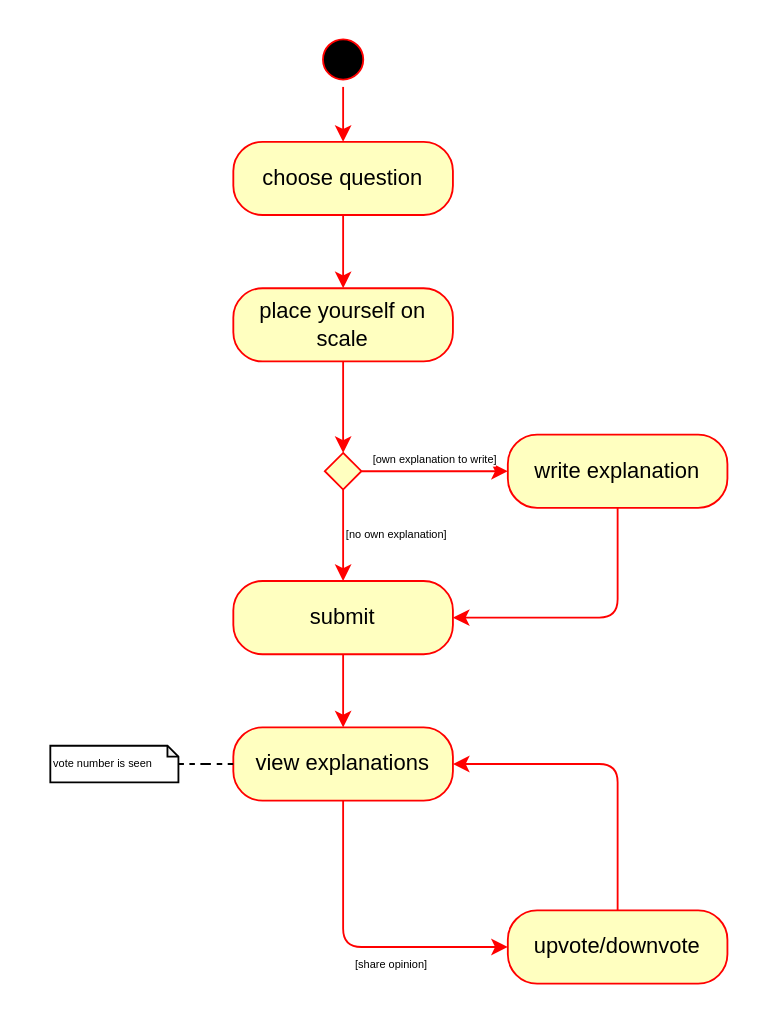
Earlier version of the draw.io diagram page "Basic Upvote/Downvote" (3 of 7) of diagrams/userflow.drawio (GabrielKP/vice-versa). Source tidied: cells renumbered, new cells numbered last; positions are measured from the earlier drawing's top-left corner, leaving out a move shared by most shapes. Both pictures are drawn from the tidied source at 183%, with x=0, y=0 at pixel (49, 31).
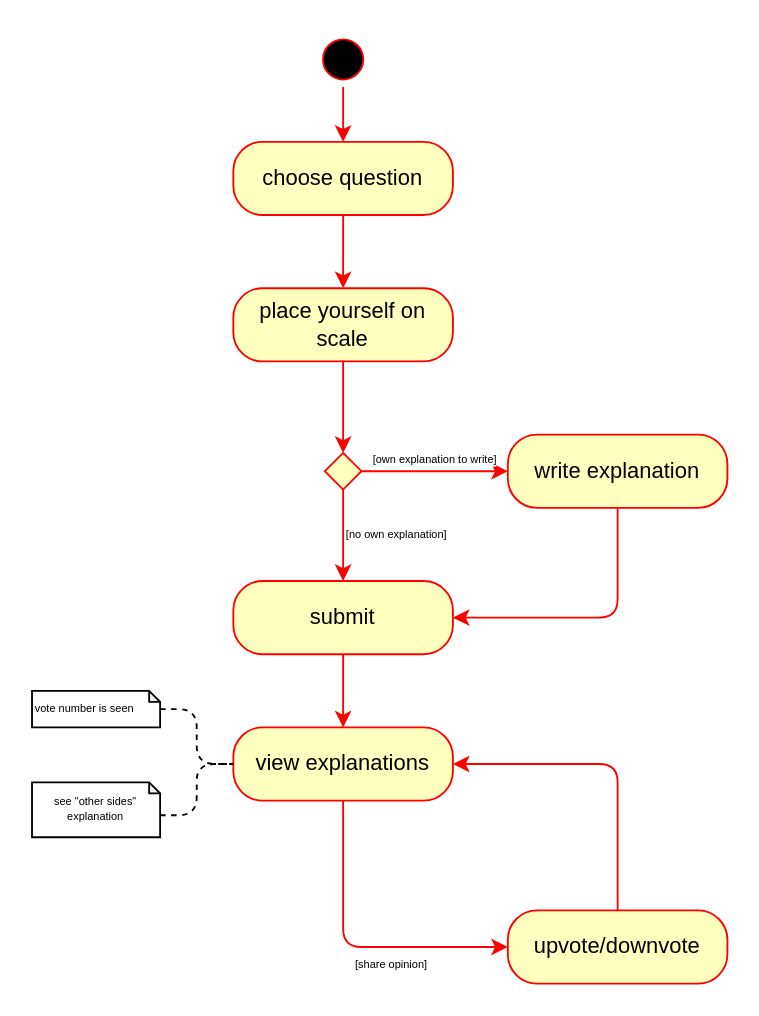
After the change.

Unchanged cells that the change refers to:
```xml
<mxCell id="14" value="view explanations" style="rounded=1;whiteSpace=wrap;html=1;arcSize=40;fontColor=#000000;fillColor=#ffffc0;strokeColor=#ff0000;" parent="1" vertex="1">
  <mxGeometry x="100" y="380" width="120" height="40" as="geometry" />
</mxCell>
```

Change to the diagram source:
```diff
@@
     <mxCell id="20" value="vote number is seen" style="shape=note;whiteSpace=wrap;html=1;backgroundOutline=1;darkOpacity=0.05;fillColor=none;gradientColor=none;fontSize=6;align=left;size=6;" parent="1" vertex="1">
-      <mxGeometry y="390" width="70" height="20" as="geometry" />
+      <mxGeometry x="-10" y="360" width="70" height="20" as="geometry" />
     </mxCell>
+    <mxCell id="21" value="see &quot;other sides&quot; explanation" style="shape=note;whiteSpace=wrap;html=1;backgroundOutline=1;darkOpacity=0.05;fillColor=none;gradientColor=none;fontSize=6;align=center;size=6;" parent="1" vertex="1">
+      <mxGeometry x="-10" y="410" width="70" height="30" as="geometry" />
+    </mxCell>
+    <mxCell id="22" style="edgeStyle=orthogonalEdgeStyle;rounded=1;jettySize=auto;html=1;dashed=1;endArrow=none;endFill=0;strokeColor=#000000;fontSize=6;align=left;entryX=0;entryY=0.5;entryDx=0;entryDy=0;exitX=0;exitY=0;exitDx=70;exitDy=18;exitPerimeter=0;" parent="1" edge="1" source="21" target="14">
+      <mxGeometry relative="1" as="geometry" />
+    </mxCell>
```
